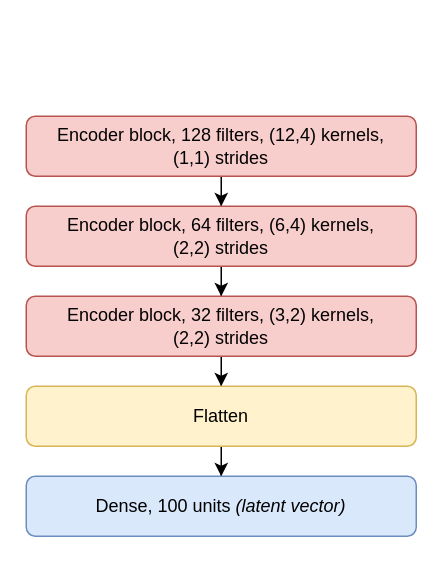
Above: encoder.drawio in LucaCappelletti94/repairing_genomic_gaps (draw.io), before the change. Source tidied: cells renumbered, new cells numbered last; positions are measured from the earlier drawing's top-left corner, leaving out a move shared by most shapes. Both pictures are drawn from the tidied source at 150%, with x=0, y=0 at pixel (26, 116).
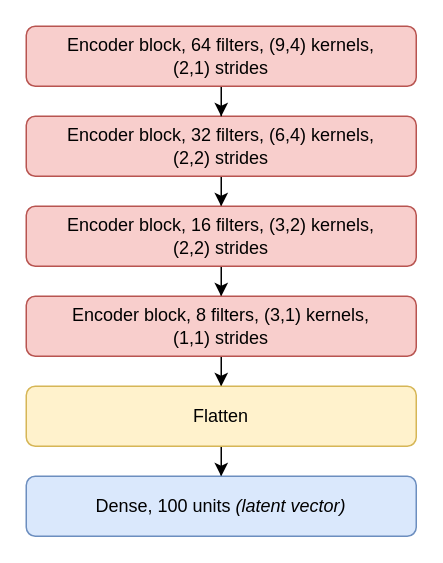
The same diagram, later.

Diff of the diagram source:
```diff
@@
 <mxGraphModel>
   <root>
     <mxCell id="0" />
     <mxCell id="1" parent="0" />
     <mxCell id="2" style="edgeStyle=orthogonalEdgeStyle;rounded=0;jettySize=auto;html=1;" parent="1" edge="1" source="3" target="5">
       <mxGeometry relative="1" as="geometry" />
     </mxCell>
-    <mxCell id="3" value="Encoder block, 128 filters, (12,4) kernels,&lt;br&gt;(1,1) strides" style="rounded=1;whiteSpace=wrap;html=1;fillColor=#f8cecc;strokeColor=#b85450;" parent="1" vertex="1">
+    <mxCell id="3" value="Encoder block, 32 filters, (6,4) kernels,&lt;br&gt;(2,2) strides" style="rounded=1;whiteSpace=wrap;html=1;fillColor=#f8cecc;strokeColor=#b85450;" parent="1" vertex="1">
       <mxGeometry width="260" height="40" as="geometry" />
     </mxCell>
     <mxCell id="4" style="edgeStyle=orthogonalEdgeStyle;rounded=0;jettySize=auto;html=1;" parent="1" edge="1" source="5" target="7">
       <mxGeometry relative="1" as="geometry" />
     </mxCell>
-    <mxCell id="5" value="Encoder block, 64 filters, (6,4) kernels,&lt;br&gt;(2,2) strides" style="rounded=1;whiteSpace=wrap;html=1;fillColor=#f8cecc;strokeColor=#b85450;" parent="1" vertex="1">
+    <mxCell id="5" value="Encoder block, 16 filters, (3,2) kernels,&lt;br&gt;(2,2) strides" style="rounded=1;whiteSpace=wrap;html=1;fillColor=#f8cecc;strokeColor=#b85450;" parent="1" vertex="1">
       <mxGeometry y="60" width="260" height="40" as="geometry" />
     </mxCell>
     <mxCell id="6" style="edgeStyle=orthogonalEdgeStyle;rounded=0;jettySize=auto;html=1;" parent="1" edge="1" source="7" target="9">
       <mxGeometry relative="1" as="geometry" />
     </mxCell>
-    <mxCell id="7" value="Encoder block, 32 filters, (3,2) kernels,&lt;br&gt;(2,2) strides" style="rounded=1;whiteSpace=wrap;html=1;fillColor=#f8cecc;strokeColor=#b85450;" parent="1" vertex="1">
+    <mxCell id="7" value="Encoder block, 8 filters, (3,1) kernels,&lt;br&gt;(1,1) strides" style="rounded=1;whiteSpace=wrap;html=1;fillColor=#f8cecc;strokeColor=#b85450;" parent="1" vertex="1">
       <mxGeometry y="120" width="260" height="40" as="geometry" />
     </mxCell>
     <mxCell id="8" style="edgeStyle=orthogonalEdgeStyle;rounded=0;jettySize=auto;html=1;" parent="1" edge="1" source="9" target="10">
       <mxGeometry relative="1" as="geometry" />
     </mxCell>
     <mxCell id="9" value="Flatten" style="rounded=1;whiteSpace=wrap;html=1;fillColor=#fff2cc;strokeColor=#d6b656;" parent="1" vertex="1">
       <mxGeometry y="180" width="260" height="40" as="geometry" />
     </mxCell>
     <mxCell id="10" value="Dense, 100 units &lt;i&gt;(latent vector)&lt;/i&gt;" style="rounded=1;whiteSpace=wrap;html=1;fillColor=#dae8fc;strokeColor=#6c8ebf;" parent="1" vertex="1">
       <mxGeometry y="240" width="260" height="40" as="geometry" />
     </mxCell>
+    <mxCell id="11" style="edgeStyle=orthogonalEdgeStyle;rounded=0;jettySize=auto;html=1;" parent="1" edge="1" source="12" target="3">
+      <mxGeometry relative="1" as="geometry" />
+    </mxCell>
+    <mxCell id="12" value="Encoder block, 64 filters, (9,4) kernels,&lt;br&gt;(2,1) strides" style="rounded=1;whiteSpace=wrap;html=1;fillColor=#f8cecc;strokeColor=#b85450;" parent="1" vertex="1">
+      <mxGeometry y="-60" width="260" height="40" as="geometry" />
+    </mxCell>
   </root>
 </mxGraphModel>
```
